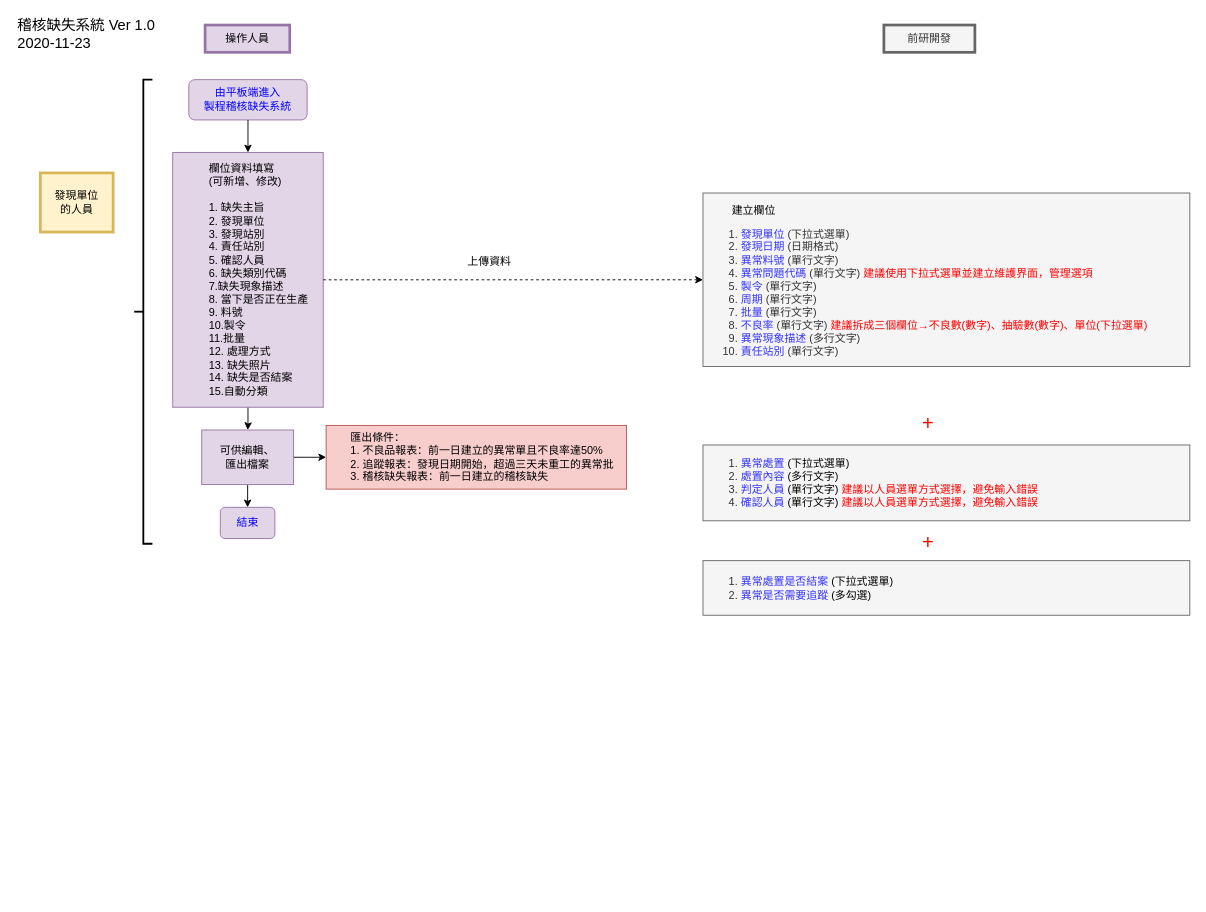
tinalolo/drowio keeps this draw.io diagram as 20201123稽核缺失.drawio. Above is the earlier version. Source tidied: cells renumbered, new cells numbered last; positions are measured from the earlier drawing's top-left corner, leaving out a move shared by most shapes. Both pictures are drawn from the tidied source at 91%, with x=0, y=0 at pixel (15, 15).
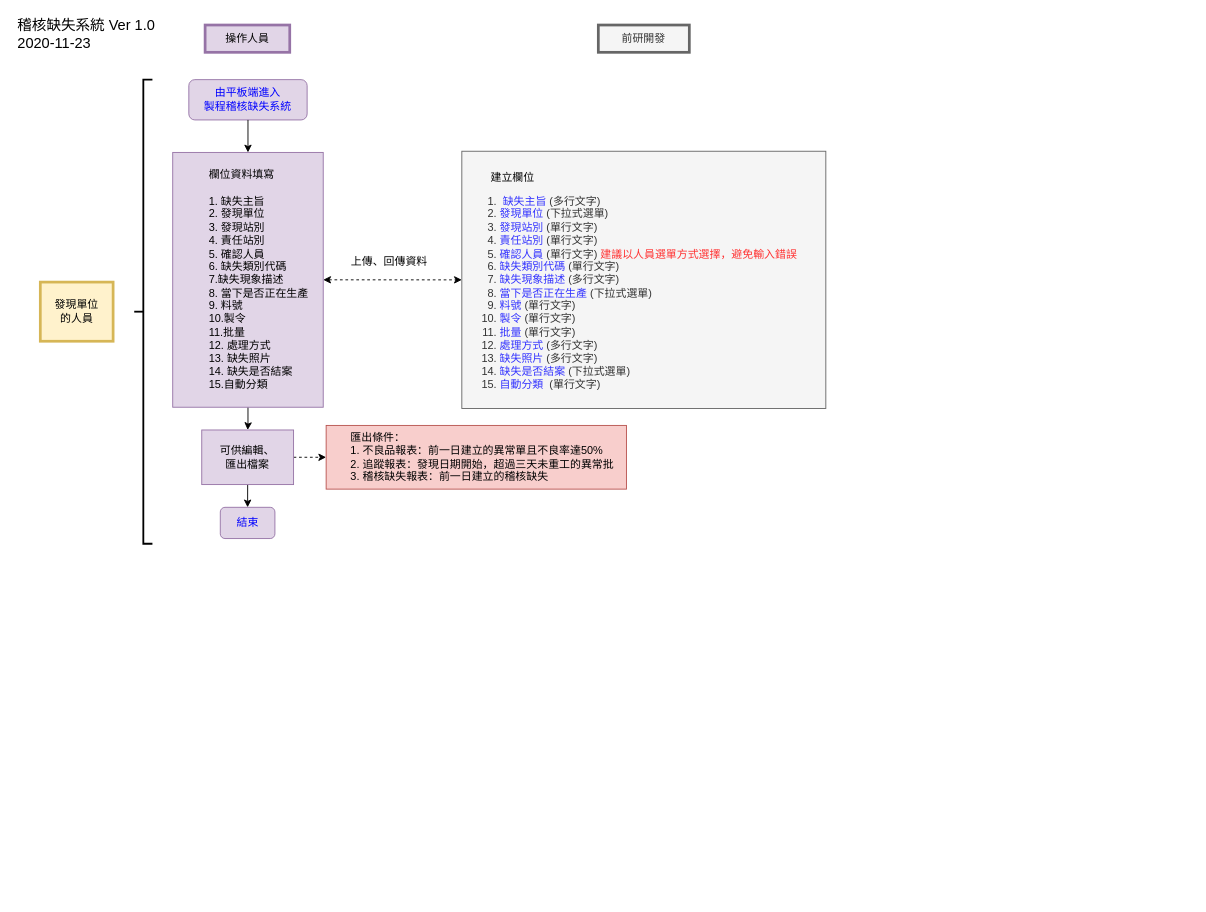
Above is the later version.

The change refers to these unchanged cells:
```xml
<mxCell id="14" value="&lt;blockquote style=&quot;margin: 0 0 0 40px ; border: none ; padding: 0px&quot;&gt;&lt;div&gt;匯出條件：&lt;/div&gt;&lt;div&gt;&lt;span lang=&quot;EN-US&quot; style=&quot;text-indent: 24pt ; font-family: , sans-serif&quot;&gt;1.&amp;nbsp;&lt;/span&gt;&lt;span style=&quot;text-indent: 24pt ; font-family: , sans-serif&quot;&gt;不良品報表：前一日建立的異常單且不良率達&lt;span lang=&quot;EN-US&quot;&gt;50%&lt;/span&gt;&lt;/span&gt;&lt;/div&gt;&lt;div&gt;&lt;span lang=&quot;EN-US&quot; style=&quot;text-indent: 24pt ; font-family: , sans-serif&quot;&gt;2.&amp;nbsp;&lt;/span&gt;&lt;span style=&quot;text-indent: 24pt ; font-family: , sans-serif&quot;&gt;追蹤報表：發現日期開始，超過三天未重工的異常批&lt;/span&gt;&lt;/div&gt;&lt;div&gt;&lt;span lang=&quot;EN-US&quot; style=&quot;text-indent: 24pt ; font-family: , sans-serif&quot;&gt;3.&amp;nbsp;&lt;/span&gt;&lt;span style=&quot;text-indent: 24pt ; font-family: , sans-serif&quot;&gt;稽核缺失報表：前一日建立的稽核缺失&lt;/span&gt;&lt;/div&gt;&lt;/blockquote&gt;" style="rounded=0;whiteSpace=wrap;html=1;align=left;labelBorderColor=none;fillColor=#f8cecc;strokeColor=#b85450;spacingLeft=-15;" parent="1" vertex="1">
  <mxGeometry x="340.9" y="450" width="330" height="70" as="geometry" />
</mxCell>
<mxCell id="23" value="可供編輯、&lt;br&gt;匯出檔案" style="rounded=0;whiteSpace=wrap;html=1;align=center;fillColor=#e1d5e7;strokeColor=#9673a6;" parent="1" vertex="1">
  <mxGeometry x="204.2" y="455" width="100.9" height="60" as="geometry" />
</mxCell>
```

What changed in the source:
```diff
@@
     <mxCell id="2" value="前研開發" style="text;html=1;strokeColor=#666666;fillColor=#f5f5f5;align=center;verticalAlign=middle;whiteSpace=wrap;rounded=0;strokeWidth=3;fontColor=#333333;" parent="1" vertex="1">
-      <mxGeometry x="953.8" y="10" width="100" height="30" as="geometry" />
+      <mxGeometry x="640" y="10" width="100" height="30" as="geometry" />
     </mxCell>
@@
-    <mxCell id="5" value="上傳資料" style="text;html=1;align=center;verticalAlign=middle;fontColor=#000000;" parent="1" vertex="1">
-      <mxGeometry x="490" y="260" width="60" height="20" as="geometry" />
+    <mxCell id="5" value="上傳、回傳資料" style="text;html=1;align=center;verticalAlign=middle;fontColor=#000000;" parent="1" vertex="1">
+      <mxGeometry x="360" y="260" width="100" height="20" as="geometry" />
     </mxCell>
     <mxCell id="6" value="發現單位&lt;br&gt;的人員" style="text;html=1;strokeColor=#d6b656;fillColor=#fff2cc;align=center;verticalAlign=middle;whiteSpace=wrap;rounded=0;strokeWidth=3;" parent="1" vertex="1">
-      <mxGeometry x="26.8" y="172.5" width="80" height="65" as="geometry" />
+      <mxGeometry x="26.8" y="292.5" width="80" height="65" as="geometry" />
     </mxCell>
@@
-    <mxCell id="8" value="&lt;div&gt;&lt;span style=&quot;color: rgb(0 , 0 , 0)&quot;&gt;&amp;nbsp; &amp;nbsp; &amp;nbsp; &amp;nbsp;&amp;nbsp;&lt;/span&gt;&lt;/div&gt;&lt;div&gt;&lt;span style=&quot;color: rgb(0 , 0 , 0)&quot;&gt;&amp;nbsp; &amp;nbsp; &amp;nbsp; &amp;nbsp; &amp;nbsp;建立欄位&lt;/span&gt;&lt;font color=&quot;#3333ff&quot;&gt;&lt;br&gt;&lt;/font&gt;&lt;/div&gt;&lt;ol&gt;&lt;li&gt;&lt;font color=&quot;#3333ff&quot;&gt;發現單位&lt;/font&gt;&lt;font color=&quot;#0000ff&quot;&gt; &lt;/font&gt;(下拉式選單)&lt;/li&gt;&lt;li&gt;&lt;font color=&quot;#3333ff&quot;&gt;發現日期&lt;/font&gt; (日期格式)&lt;/li&gt;&lt;li&gt;&lt;font color=&quot;#3333ff&quot;&gt;異常料號&lt;/font&gt; (單行文字)&lt;/li&gt;&lt;li&gt;&lt;font color=&quot;#3333ff&quot;&gt;異常問題代碼&lt;/font&gt; (單行文字) &lt;font color=&quot;#ff0000&quot;&gt;建議使用下拉式選單並建立維護界面，管理選項&lt;/font&gt;&lt;span lang=&quot;EN-US&quot;&gt;&lt;/span&gt;&lt;/li&gt;&lt;li&gt;&lt;font color=&quot;#3333ff&quot;&gt;製令&lt;/font&gt; (單行文字)&lt;/li&gt;&lt;li&gt;&lt;font color=&quot;#3333ff&quot;&gt;周期&lt;/font&gt; (單行文字)&lt;/li&gt;&lt;li&gt;&lt;font color=&quot;#3333ff&quot;&gt;批量&lt;/font&gt; (單行文字)&lt;/li&gt;&lt;li&gt;&lt;font color=&quot;#3333ff&quot;&gt;不良率&lt;/font&gt; (單行文字) &lt;font color=&quot;#ff0000&quot;&gt;建議拆成三個欄位→不良數&lt;span lang=&quot;EN-US&quot;&gt;(&lt;/span&gt;數字&lt;span lang=&quot;EN-US&quot;&gt;)&lt;/span&gt;、抽驗數&lt;span lang=&quot;EN-US&quot;&gt;(&lt;/span&gt;數字&lt;span lang=&quot;EN-US&quot;&gt;)&lt;/span&gt;、單位&lt;span lang=&quot;EN-US&quot;&gt;(&lt;/span&gt;下拉選單&lt;/font&gt;&lt;span lang=&quot;EN-US&quot;&gt;&lt;font color=&quot;#ff0000&quot;&gt;)&lt;/font&gt;&lt;/span&gt;&lt;/li&gt;&lt;li&gt;&lt;font color=&quot;#3333ff&quot;&gt;異常現象描述&lt;/font&gt; (多行文字)&lt;/li&gt;&lt;li&gt;&lt;font color=&quot;#3333ff&quot;&gt;責任站別&lt;/font&gt; (單行文字)&lt;/li&gt;&lt;/ol&gt;" style="rounded=0;whiteSpace=wrap;html=1;strokeColor=#666666;strokeWidth=1;fontSize=12;align=left;fillColor=#f5f5f5;fontColor=#333333;" parent="1" vertex="1">
-      <mxGeometry x="755" y="194.6" width="535" height="190.7" as="geometry" />
+    <mxCell id="8" value="&lt;div&gt;&lt;span style=&quot;color: rgb(0 , 0 , 0)&quot;&gt;&amp;nbsp; &amp;nbsp; &amp;nbsp; &amp;nbsp;&amp;nbsp;&lt;/span&gt;&lt;/div&gt;&lt;div&gt;&lt;span style=&quot;color: rgb(0 , 0 , 0)&quot;&gt;&amp;nbsp; &amp;nbsp; &amp;nbsp; &amp;nbsp; &amp;nbsp;建立欄位&lt;/span&gt;&lt;font color=&quot;#3333ff&quot;&gt;&lt;br&gt;&lt;/font&gt;&lt;/div&gt;&lt;ol&gt;&lt;li&gt;&lt;div&gt;&lt;span style=&quot;color: rgb(0 , 0 , 0)&quot;&gt;&amp;nbsp;&lt;/span&gt;&lt;font color=&quot;#3333ff&quot;&gt;缺失主旨&lt;/font&gt;&lt;font color=&quot;#000000&quot;&gt;&amp;nbsp;&lt;/font&gt;&lt;span style=&quot;color: rgb(51 , 51 , 51)&quot;&gt;(多行文字)&lt;/span&gt;&lt;/div&gt;&lt;/li&gt;&lt;li&gt;&lt;div&gt;&lt;font color=&quot;#3333ff&quot;&gt;發現單位&amp;nbsp;&lt;/font&gt;&lt;span&gt;(下拉式選單)&amp;nbsp;&lt;/span&gt;&lt;/div&gt;&lt;/li&gt;&lt;li&gt;&lt;div&gt;&lt;font color=&quot;#3333ff&quot;&gt;發現站別&amp;nbsp;&lt;/font&gt;&lt;span&gt;(單行文字)&amp;nbsp;&lt;/span&gt;&lt;/div&gt;&lt;/li&gt;&lt;li&gt;&lt;div&gt;&lt;font color=&quot;#3333ff&quot;&gt;責任站別&amp;nbsp;&lt;/font&gt;&lt;span&gt;(單行文字)&amp;nbsp;&lt;/span&gt;&lt;br&gt;&lt;/div&gt;&lt;/li&gt;&lt;li&gt;&lt;div&gt;&lt;font color=&quot;#3333ff&quot;&gt;確認人員&amp;nbsp;&lt;/font&gt;&lt;span&gt;(單行文字)&amp;nbsp;&lt;/span&gt;&lt;span&gt;&lt;font color=&quot;#ff3333&quot;&gt;建議以人員選單方式選擇，避免輸入錯誤&lt;/font&gt;&lt;/span&gt;&lt;/div&gt;&lt;/li&gt;&lt;li&gt;&lt;div&gt;&lt;font color=&quot;#3333ff&quot;&gt;缺失類別代碼&amp;nbsp;&lt;/font&gt;&lt;span&gt;(單行文字)&amp;nbsp;&lt;/span&gt;&lt;/div&gt;&lt;/li&gt;&lt;li&gt;&lt;div&gt;&lt;font color=&quot;#3333ff&quot;&gt;缺失現象描述&amp;nbsp;&lt;/font&gt;&lt;span&gt;(多行文字)&lt;/span&gt;&lt;/div&gt;&lt;/li&gt;&lt;li&gt;&lt;div&gt;&lt;font color=&quot;#3333ff&quot;&gt;當下是否正在生產&amp;nbsp;&lt;/font&gt;&lt;span&gt;(下拉式選單)&amp;nbsp;&lt;/span&gt;&lt;/div&gt;&lt;/li&gt;&lt;li&gt;&lt;div&gt;&lt;font color=&quot;#3333ff&quot;&gt;料號&amp;nbsp;&lt;/font&gt;&lt;span&gt;(單行文字)&amp;nbsp;&lt;/span&gt;&lt;br&gt;&lt;/div&gt;&lt;/li&gt;&lt;li&gt;&lt;div&gt;&lt;font color=&quot;#3333ff&quot;&gt;製令&amp;nbsp;&lt;/font&gt;&lt;span&gt;(單行文字)&amp;nbsp;&lt;/span&gt;&lt;br&gt;&lt;/div&gt;&lt;/li&gt;&lt;li&gt;&lt;div&gt;&lt;font color=&quot;#3333ff&quot;&gt;批量&amp;nbsp;&lt;/font&gt;&lt;span&gt;(單行文字)&amp;nbsp;&lt;/span&gt;&lt;br&gt;&lt;/div&gt;&lt;/li&gt;&lt;li&gt;&lt;div&gt;&lt;font color=&quot;#3333ff&quot;&gt;處理方式&amp;nbsp;&lt;/font&gt;&lt;span&gt;(多行文字)&lt;/span&gt;&lt;br&gt;&lt;/div&gt;&lt;/li&gt;&lt;li&gt;&lt;div&gt;&lt;font color=&quot;#3333ff&quot;&gt;缺失照片&amp;nbsp;&lt;/font&gt;&lt;span&gt;(多行文字)&lt;/span&gt;&lt;/div&gt;&lt;/li&gt;&lt;li&gt;&lt;div&gt;&lt;font color=&quot;#3333ff&quot;&gt;缺失是否結案&amp;nbsp;&lt;/font&gt;&lt;span&gt;(下拉式選單)&lt;/span&gt;&lt;br&gt;&lt;/div&gt;&lt;/li&gt;&lt;li&gt;&lt;div&gt;&lt;font color=&quot;#3333ff&quot;&gt;自動分類&amp;nbsp;&lt;/font&gt;&lt;font color=&quot;#3333ff&quot;&gt;&amp;nbsp;&lt;/font&gt;&lt;span&gt;(單行文字)&amp;nbsp;&lt;/span&gt;&lt;br&gt;&lt;/div&gt;&lt;/li&gt;&lt;/ol&gt;" style="rounded=0;whiteSpace=wrap;html=1;strokeColor=#666666;strokeWidth=1;fontSize=12;align=left;fillColor=#f5f5f5;fontColor=#333333;" parent="1" vertex="1">
+      <mxGeometry x="490" y="148.7" width="400" height="282.7" as="geometry" />
     </mxCell>
@@
+    <mxCell id="17" style="edgeStyle=orthogonalEdgeStyle;rounded=0;jettySize=auto;html=1;exitX=1;exitY=0.5;exitDx=0;exitDy=0;entryX=0;entryY=0.5;entryDx=0;entryDy=0;dashed=1;startArrow=classic;startFill=1;" parent="1" edge="1" source="10" target="8">
+      <mxGeometry relative="1" as="geometry" />
+    </mxCell>
-    <mxCell id="10" value="&lt;blockquote style=&quot;margin: 0 0 0 40px ; border: none ; padding: 0px&quot;&gt;&lt;div style=&quot;text-align: left&quot;&gt;&lt;span&gt;欄位資料填寫&lt;/span&gt;&lt;/div&gt;&lt;div style=&quot;text-align: left&quot;&gt;&lt;span&gt;(可新增、修改)&lt;/span&gt;&lt;/div&gt;&lt;div style=&quot;text-align: left&quot;&gt;&lt;span&gt;&lt;br&gt;&lt;/span&gt;&lt;/div&gt;&lt;div style=&quot;text-align: left&quot;&gt;&lt;span&gt;1. 缺失主旨&lt;/span&gt;&lt;/div&gt;&lt;div style=&quot;text-align: left&quot;&gt;&lt;span&gt;2. 發現單位&lt;/span&gt;&lt;/div&gt;&lt;div style=&quot;text-align: left&quot;&gt;&lt;span&gt;3. 發現站別&lt;/span&gt;&lt;/div&gt;&lt;div style=&quot;text-align: left&quot;&gt;&lt;span&gt;4. 責任站別&lt;/span&gt;&lt;/div&gt;&lt;div style=&quot;text-align: left&quot;&gt;&lt;span&gt;5. 確認人員&lt;/span&gt;&lt;/div&gt;&lt;div style=&quot;text-align: left&quot;&gt;&lt;span&gt;6. 缺失類別代碼&lt;/span&gt;&lt;/div&gt;&lt;div style=&quot;text-align: left&quot;&gt;&lt;span&gt;7.缺失現象描述&lt;/span&gt;&lt;/div&gt;&lt;div style=&quot;text-align: left&quot;&gt;8. 當下是否正在生產&lt;/div&gt;&lt;div style=&quot;text-align: left&quot;&gt;9. 料號&lt;/div&gt;&lt;div style=&quot;text-align: left&quot;&gt;10.製令&lt;/div&gt;&lt;div style=&quot;text-align: left&quot;&gt;11.批量&lt;/div&gt;&lt;div style=&quot;text-align: left&quot;&gt;12. 處理方式&lt;/div&gt;&lt;div style=&quot;text-align: left&quot;&gt;13. 缺失照片&lt;/div&gt;&lt;div style=&quot;text-align: left&quot;&gt;14. 缺失是否結案&lt;/div&gt;&lt;div style=&quot;text-align: left&quot;&gt;15.自動分類&lt;/div&gt;&lt;/blockquote&gt;" style="rounded=0;whiteSpace=wrap;html=1;align=center;labelBorderColor=none;fillColor=#e1d5e7;strokeColor=#9673a6;spacingLeft=-15;" parent="1" vertex="1">
+    <mxCell id="10" value="&lt;blockquote style=&quot;margin: 0 0 0 40px ; border: none ; padding: 0px&quot;&gt;&lt;div style=&quot;text-align: left&quot;&gt;&lt;span&gt;欄位資料填寫&lt;/span&gt;&lt;/div&gt;&lt;div style=&quot;text-align: left&quot;&gt;&lt;span&gt;&lt;br&gt;&lt;/span&gt;&lt;/div&gt;&lt;div style=&quot;text-align: left&quot;&gt;&lt;span&gt;1. 缺失主旨&lt;/span&gt;&lt;/div&gt;&lt;div style=&quot;text-align: left&quot;&gt;&lt;span&gt;2. 發現單位&lt;/span&gt;&lt;/div&gt;&lt;div style=&quot;text-align: left&quot;&gt;&lt;span&gt;3. 發現站別&lt;/span&gt;&lt;/div&gt;&lt;div style=&quot;text-align: left&quot;&gt;&lt;span&gt;4. 責任站別&lt;/span&gt;&lt;/div&gt;&lt;div style=&quot;text-align: left&quot;&gt;&lt;span&gt;5. 確認人員&lt;/span&gt;&lt;/div&gt;&lt;div style=&quot;text-align: left&quot;&gt;&lt;span&gt;6. 缺失類別代碼&lt;/span&gt;&lt;/div&gt;&lt;div style=&quot;text-align: left&quot;&gt;&lt;span&gt;7.缺失現象描述&lt;/span&gt;&lt;/div&gt;&lt;div style=&quot;text-align: left&quot;&gt;8. 當下是否正在生產&lt;/div&gt;&lt;div style=&quot;text-align: left&quot;&gt;9. 料號&lt;/div&gt;&lt;div style=&quot;text-align: left&quot;&gt;10.製令&lt;/div&gt;&lt;div style=&quot;text-align: left&quot;&gt;11.批量&lt;/div&gt;&lt;div style=&quot;text-align: left&quot;&gt;12. 處理方式&lt;/div&gt;&lt;div style=&quot;text-align: left&quot;&gt;13. 缺失照片&lt;/div&gt;&lt;div style=&quot;text-align: left&quot;&gt;14. 缺失是否結案&lt;/div&gt;&lt;div style=&quot;text-align: left&quot;&gt;15.自動分類&lt;/div&gt;&lt;/blockquote&gt;" style="rounded=0;whiteSpace=wrap;html=1;align=center;labelBorderColor=none;fillColor=#e1d5e7;strokeColor=#9673a6;spacingLeft=-15;" parent="1" vertex="1">
       <mxGeometry x="172.3" y="150" width="165.4" height="280" as="geometry" />
     </mxCell>
@@
-    <mxCell id="13" style="edgeStyle=orthogonalEdgeStyle;rounded=0;jettySize=auto;html=1;exitX=1;exitY=0.5;exitDx=0;exitDy=0;entryX=0;entryY=0.5;entryDx=0;entryDy=0;" parent="1" edge="1" source="23" target="14">
+    <mxCell id="13" style="edgeStyle=orthogonalEdgeStyle;rounded=0;jettySize=auto;html=1;exitX=1;exitY=0.5;exitDx=0;exitDy=0;entryX=0;entryY=0.5;entryDx=0;entryDy=0;dashed=1;" parent="1" edge="1" source="23" target="14">
       <mxGeometry relative="1" as="geometry" />
     </mxCell>
@@
-    <mxCell id="17" style="edgeStyle=orthogonalEdgeStyle;rounded=0;jettySize=auto;html=1;exitX=1;exitY=0.5;exitDx=0;exitDy=0;dashed=1;startArrow=none;startFill=0;endArrow=classic;endFill=1;fontSize=12;fontColor=#FF0000;entryX=0;entryY=0.5;entryDx=0;entryDy=0;" parent="1" edge="1" source="10" target="8">
-      <mxGeometry relative="1" as="geometry">
-        <Array as="points">
-          <mxPoint x="755" y="290" />
-        </Array>
-      </mxGeometry>
-    </mxCell>
-    <mxCell id="18" value="&lt;ol&gt;&lt;li&gt;&lt;font color=&quot;#3333ff&quot;&gt;異常處置 &lt;/font&gt;&lt;font color=&quot;#000000&quot;&gt;(下拉式選單)&lt;/font&gt;&lt;/li&gt;&lt;li&gt;&lt;font color=&quot;#3333ff&quot;&gt;處置內容 &lt;/font&gt;&lt;font color=&quot;#000000&quot;&gt;(多行文字)&lt;/font&gt;&lt;/li&gt;&lt;li&gt;&lt;font color=&quot;#3333ff&quot;&gt;判定人員 &lt;/font&gt;&lt;font color=&quot;#000000&quot;&gt;(單行文字)&amp;nbsp;&lt;/font&gt;&lt;font color=&quot;#ff0000&quot;&gt;建議以人員選單方式選擇，避免輸入錯誤&lt;/font&gt;&lt;/li&gt;&lt;li&gt;&lt;font color=&quot;#3333ff&quot;&gt;確認人員 &lt;/font&gt;&lt;font color=&quot;#000000&quot;&gt;(單行文字)&amp;nbsp;&lt;/font&gt;&lt;font color=&quot;#ff0000&quot;&gt;建議以人員選單方式選擇，避免輸入錯誤&lt;/font&gt;&lt;/li&gt;&lt;/ol&gt;" style="rounded=0;whiteSpace=wrap;html=1;strokeColor=#666666;strokeWidth=1;fontSize=12;align=left;fillColor=#f5f5f5;fontColor=#333333;" parent="1" vertex="1">
-      <mxGeometry x="755" y="471.5" width="535" height="83.3" as="geometry" />
-    </mxCell>
-    <mxCell id="19" value="&lt;font style=&quot;font-size: 22px&quot;&gt;+&lt;/font&gt;" style="text;html=1;align=center;verticalAlign=middle;fontSize=12;fontColor=#FF0000;" parent="1" vertex="1">
-      <mxGeometry x="987" y="439" width="30" height="20" as="geometry" />
-    </mxCell>
-    <mxCell id="20" style="edgeStyle=orthogonalEdgeStyle;rounded=0;orthogonalLoop=1;jettySize=auto;html=1;exitX=0.5;exitY=1;exitDx=0;exitDy=0;" parent="1" edge="1">
-      <mxGeometry relative="1" as="geometry">
-        <mxPoint x="660.2" y="959" as="sourcePoint" />
-        <mxPoint x="660.2" y="959" as="targetPoint" />
-      </mxGeometry>
-    </mxCell>
-    <mxCell id="21" value="&lt;ol&gt;&lt;li&gt;&lt;font color=&quot;#3333ff&quot;&gt;異常處置是否結案&amp;nbsp;&lt;/font&gt;&lt;font color=&quot;#000000&quot;&gt;(下拉式選單)&lt;/font&gt;&lt;/li&gt;&lt;li&gt;&lt;font color=&quot;#3333ff&quot;&gt;異常是否需要追蹤 &lt;/font&gt;&lt;font color=&quot;#000000&quot;&gt;(多勾選)&lt;/font&gt;&lt;/li&gt;&lt;/ol&gt;" style="rounded=0;whiteSpace=wrap;html=1;strokeColor=#666666;strokeWidth=1;fontSize=12;align=left;fillColor=#f5f5f5;fontColor=#333333;" parent="1" vertex="1">
-      <mxGeometry x="755" y="598.6" width="535" height="60" as="geometry" />
-    </mxCell>
-    <mxCell id="22" value="&lt;font style=&quot;font-size: 22px&quot;&gt;+&lt;/font&gt;" style="text;html=1;align=center;verticalAlign=middle;fontSize=12;fontColor=#FF0000;" parent="1" vertex="1">
-      <mxGeometry x="987" y="568.6" width="30" height="20" as="geometry" />
-    </mxCell>
```
